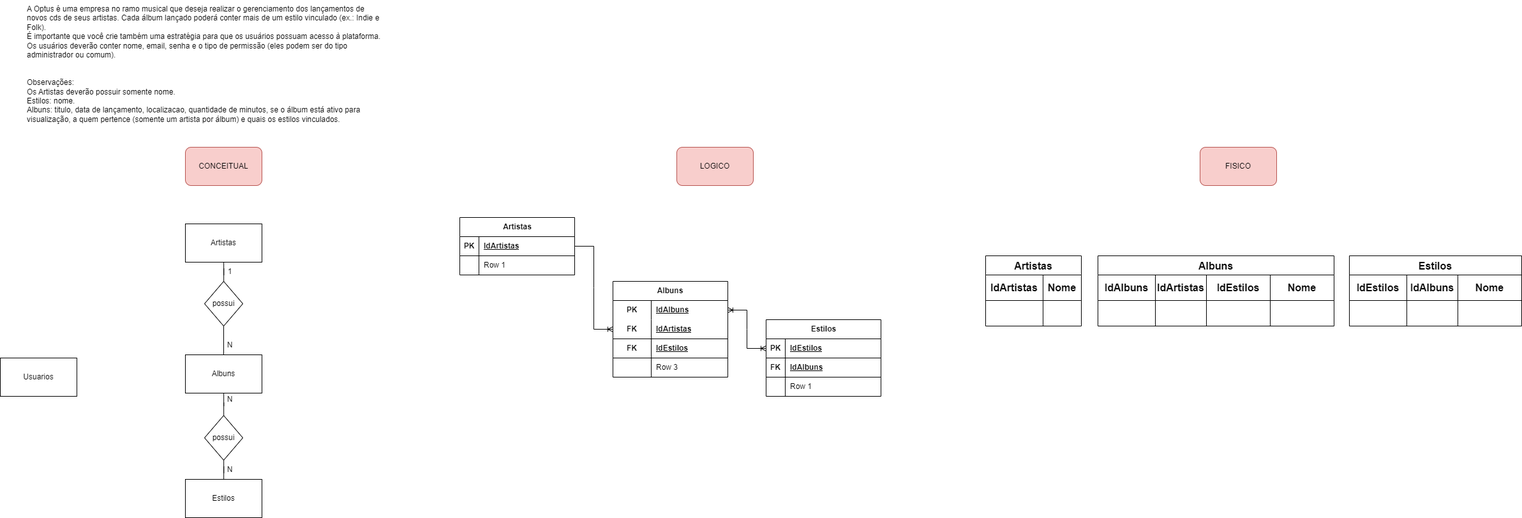
This is 2_Semestre/SPRINT_1/EX_Drawio/1.4.completo.drawio.png from prgfe/Desenvolvimento_Sistemas, a draw.io export, as it was before one commit. Source tidied: cells renumbered, new cells last; positions are measured from the earlier drawing's top-left corner, leaving out a move shared by most shapes.
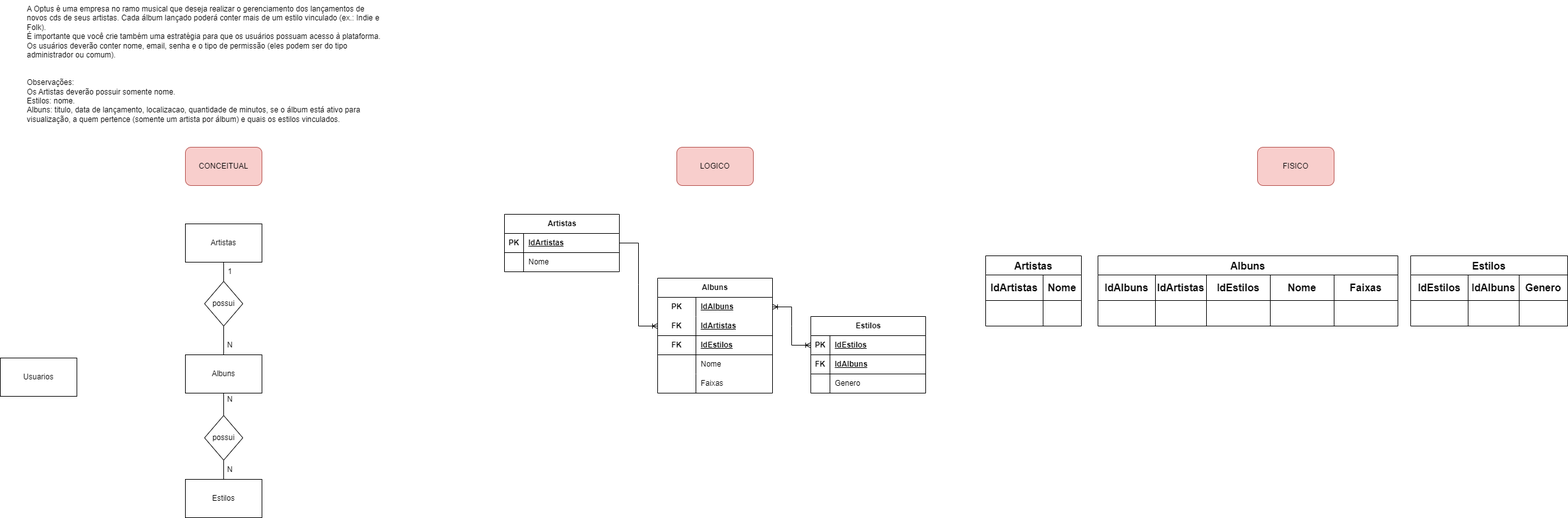
Above is the later version.

Diff of the diagram source:
```diff
@@ -9,7 +9,7 @@
       <mxGeometry x="290" y="230" width="120" height="60" as="geometry" />
     </mxCell>
     <mxCell id="4" value="FISICO" style="rounded=1;whiteSpace=wrap;html=1;fillColor=#f8cecc;strokeColor=#b85450;" parent="1" vertex="1">
-      <mxGeometry x="1880" y="230" width="120" height="60" as="geometry" />
+      <mxGeometry x="1970" y="230" width="120" height="60" as="geometry" />
     </mxCell>
     <mxCell id="5" value="LOGICO" style="rounded=1;whiteSpace=wrap;html=1;fillColor=#f8cecc;strokeColor=#b85450;" parent="1" vertex="1">
       <mxGeometry x="1060" y="230" width="120" height="60" as="geometry" />
@@ -57,7 +57,7 @@
       <mxGeometry x="350" y="720" width="20" height="30" as="geometry" />
     </mxCell>
     <mxCell id="20" value="Artistas" style="shape=table;startSize=30;rowLines=0;fontStyle=1;align=center;html=1;" parent="1" vertex="1">
-      <mxGeometry x="720" y="340" width="180" height="90" as="geometry" />
+      <mxGeometry x="790" y="335" width="180" height="90" as="geometry" />
     </mxCell>
     <mxCell id="21" style="shape=tableRow;horizontal=0;startSize=0;swimlaneHead=0;swimlaneBody=0;fillColor=none;points=[[0,0.5],[1,0.5]];portConstraint=eastwest;top=0;left=0;right=0;bottom=1;" parent="20" vertex="1">
       <mxGeometry y="30" width="180" height="30" as="geometry" />
@@ -74,11 +74,11 @@
     <mxCell id="25" style="shape=partialRectangle;fillColor=none;top=0;left=0;bottom=0;right=0;overflow=hidden;whiteSpace=wrap;html=1;" parent="24" vertex="1">
       <mxGeometry width="30" height="30" as="geometry" />
     </mxCell>
-    <mxCell id="26" value="Row 1" style="shape=partialRectangle;fillColor=none;top=0;left=0;bottom=0;right=0;align=left;spacingLeft=6;overflow=hidden;whiteSpace=wrap;html=1;" parent="24" vertex="1">
+    <mxCell id="26" value="Nome" style="shape=partialRectangle;fillColor=none;top=0;left=0;bottom=0;right=0;align=left;spacingLeft=6;overflow=hidden;whiteSpace=wrap;html=1;" parent="24" vertex="1">
       <mxGeometry x="30" width="150" height="30" as="geometry" />
     </mxCell>
     <mxCell id="27" value="Albuns" style="shape=table;startSize=30;rowLines=0;fontStyle=1;align=center;html=1;whiteSpace=wrap;" parent="1" vertex="1">
-      <mxGeometry x="960" y="440" width="180" height="150" as="geometry" />
+      <mxGeometry x="1030" y="435" width="180" height="180" as="geometry" />
     </mxCell>
     <mxCell id="28" style="shape=tableRow;horizontal=0;startSize=0;swimlaneHead=0;swimlaneBody=0;fillColor=none;points=[[0,0.5],[1,0.5]];portConstraint=eastwest;top=0;left=0;right=0;bottom=0;html=1;" parent="27" vertex="1">
       <mxGeometry y="30" width="180" height="30" as="geometry" />
@@ -113,11 +113,20 @@
     <mxCell id="38" style="shape=partialRectangle;fillColor=none;top=0;left=0;bottom=0;right=0;overflow=hidden;html=1;whiteSpace=wrap;" parent="37" vertex="1">
       <mxGeometry width="60" height="30" as="geometry" />
     </mxCell>
-    <mxCell id="39" value="Row 3" style="shape=partialRectangle;fillColor=none;top=0;left=0;bottom=0;right=0;align=left;spacingLeft=6;overflow=hidden;html=1;whiteSpace=wrap;" parent="37" vertex="1">
+    <mxCell id="39" value="Nome" style="shape=partialRectangle;fillColor=none;top=0;left=0;bottom=0;right=0;align=left;spacingLeft=6;overflow=hidden;html=1;whiteSpace=wrap;" parent="37" vertex="1">
       <mxGeometry x="60" width="120" height="30" as="geometry" />
     </mxCell>
+    <mxCell id="79" style="shape=tableRow;horizontal=0;startSize=0;swimlaneHead=0;swimlaneBody=0;fillColor=none;top=0;left=0;right=0;bottom=0;html=1;" parent="27" vertex="1">
+      <mxGeometry y="150" width="180" height="30" as="geometry" />
+    </mxCell>
+    <mxCell id="80" style="shape=partialRectangle;fillColor=none;top=0;left=0;bottom=0;right=0;overflow=hidden;html=1;whiteSpace=wrap;" parent="79" vertex="1">
+      <mxGeometry width="60" height="30" as="geometry" />
+    </mxCell>
+    <mxCell id="81" value="Faixas" style="shape=partialRectangle;fillColor=none;top=0;left=0;bottom=0;right=0;align=left;spacingLeft=6;overflow=hidden;html=1;whiteSpace=wrap;" parent="79" vertex="1">
+      <mxGeometry x="60" width="120" height="30" as="geometry" />
+    </mxCell>
     <mxCell id="40" value="Estilos" style="shape=table;startSize=30;rowLines=0;fontStyle=1;align=center;html=1;" parent="1" vertex="1">
-      <mxGeometry x="1200" y="500" width="180" height="120" as="geometry" />
+      <mxGeometry x="1270" y="495" width="180" height="120" as="geometry" />
     </mxCell>
     <mxCell id="41" style="shape=tableRow;horizontal=0;startSize=0;swimlaneHead=0;swimlaneBody=0;fillColor=none;points=[[0,0.5],[1,0.5]];portConstraint=eastwest;top=0;left=0;right=0;bottom=1;" parent="40" vertex="1">
       <mxGeometry y="30" width="180" height="30" as="geometry" />
@@ -143,7 +152,7 @@
     <mxCell id="48" style="shape=partialRectangle;fillColor=none;top=0;left=0;bottom=0;right=0;overflow=hidden;whiteSpace=wrap;html=1;" parent="47" vertex="1">
       <mxGeometry width="30" height="30" as="geometry" />
     </mxCell>
-    <mxCell id="49" value="Row 1" style="shape=partialRectangle;fillColor=none;top=0;left=0;bottom=0;right=0;align=left;spacingLeft=6;overflow=hidden;whiteSpace=wrap;html=1;" parent="47" vertex="1">
+    <mxCell id="49" value="Genero" style="shape=partialRectangle;fillColor=none;top=0;left=0;bottom=0;right=0;align=left;spacingLeft=6;overflow=hidden;whiteSpace=wrap;html=1;" parent="47" vertex="1">
       <mxGeometry x="30" width="150" height="30" as="geometry" />
     </mxCell>
     <mxCell id="50" style="edgeStyle=entityRelationEdgeStyle;fontSize=12;html=1;endArrow=ERoneToMany;rounded=0;exitX=1;exitY=0.5;exitDx=0;exitDy=0;entryX=0;entryY=0.5;entryDx=0;entryDy=0;" parent="1" edge="1" source="21" target="31">
@@ -174,10 +183,10 @@
       <mxGeometry x="90" width="60" height="40" as="geometry" />
     </mxCell>
     <mxCell id="59" value="Albuns" style="shape=table;startSize=30;strokeColor=default;fontSize=16;fontStyle=1;" parent="1" vertex="1">
-      <mxGeometry x="1720" y="400" width="370" height="110" as="geometry" />
+      <mxGeometry x="1720" y="400" width="470" height="110" as="geometry" />
     </mxCell>
     <mxCell id="60" style="shape=tableRow;horizontal=0;startSize=0;swimlaneHead=0;swimlaneBody=0;strokeColor=inherit;top=0;left=0;bottom=0;right=0;fillColor=none;fontSize=16;" parent="59" vertex="1">
-      <mxGeometry y="30" width="370" height="40" as="geometry" />
+      <mxGeometry y="30" width="470" height="40" as="geometry" />
     </mxCell>
     <mxCell id="61" value="&lt;b&gt;IdAlbuns&lt;/b&gt;" style="shape=partialRectangle;html=1;whiteSpace=wrap;strokeColor=inherit;overflow=hidden;fillColor=none;top=0;left=0;bottom=0;right=0;fontSize=16;" parent="60" vertex="1">
       <mxGeometry width="90" height="40" as="geometry" />
@@ -191,8 +200,11 @@
     <mxCell id="64" value="&lt;b&gt;Nome&lt;/b&gt;" style="shape=partialRectangle;html=1;whiteSpace=wrap;strokeColor=inherit;overflow=hidden;fillColor=none;top=0;left=0;bottom=0;right=0;fontSize=16;" parent="60" vertex="1">
       <mxGeometry x="270" width="100" height="40" as="geometry" />
     </mxCell>
+    <mxCell id="82" value="&lt;b&gt;Faixas&lt;/b&gt;" style="shape=partialRectangle;html=1;whiteSpace=wrap;strokeColor=inherit;overflow=hidden;fillColor=none;top=0;left=0;bottom=0;right=0;fontSize=16;" parent="60" vertex="1">
+      <mxGeometry x="370" width="100" height="40" as="geometry" />
+    </mxCell>
     <mxCell id="65" style="shape=tableRow;horizontal=0;startSize=0;swimlaneHead=0;swimlaneBody=0;strokeColor=inherit;top=0;left=0;bottom=0;right=0;fillColor=none;fontSize=16;" parent="59" vertex="1">
-      <mxGeometry y="70" width="370" height="40" as="geometry" />
+      <mxGeometry y="70" width="470" height="40" as="geometry" />
     </mxCell>
     <mxCell id="66" style="shape=partialRectangle;html=1;whiteSpace=wrap;strokeColor=inherit;overflow=hidden;fillColor=none;top=0;left=0;bottom=0;right=0;fontSize=16;" parent="65" vertex="1">
       <mxGeometry width="90" height="40" as="geometry" />
@@ -206,11 +218,14 @@
     <mxCell id="69" style="shape=partialRectangle;html=1;whiteSpace=wrap;strokeColor=inherit;overflow=hidden;fillColor=none;top=0;left=0;bottom=0;right=0;fontSize=16;" parent="65" vertex="1">
       <mxGeometry x="270" width="100" height="40" as="geometry" />
     </mxCell>
+    <mxCell id="83" style="shape=partialRectangle;html=1;whiteSpace=wrap;strokeColor=inherit;overflow=hidden;fillColor=none;top=0;left=0;bottom=0;right=0;fontSize=16;" parent="65" vertex="1">
+      <mxGeometry x="370" width="100" height="40" as="geometry" />
+    </mxCell>
     <mxCell id="70" value="Estilos" style="shape=table;startSize=30;strokeColor=default;fontSize=16;fontStyle=1;" parent="1" vertex="1">
-      <mxGeometry x="2114" y="400" width="270" height="110" as="geometry" />
+      <mxGeometry x="2210" y="400" width="246" height="110" as="geometry" />
     </mxCell>
     <mxCell id="71" style="shape=tableRow;horizontal=0;startSize=0;swimlaneHead=0;swimlaneBody=0;strokeColor=inherit;top=0;left=0;bottom=0;right=0;fillColor=none;fontSize=16;" parent="70" vertex="1">
-      <mxGeometry y="30" width="270" height="40" as="geometry" />
+      <mxGeometry y="30" width="246" height="40" as="geometry" />
     </mxCell>
     <mxCell id="72" value="&lt;b&gt;IdEstilos&lt;/b&gt;" style="shape=partialRectangle;html=1;whiteSpace=wrap;strokeColor=inherit;overflow=hidden;fillColor=none;top=0;left=0;bottom=0;right=0;fontSize=16;" parent="71" vertex="1">
       <mxGeometry width="90" height="40" as="geometry" />
@@ -218,11 +233,11 @@
     <mxCell id="73" value="&lt;b&gt;IdAlbuns&lt;/b&gt;" style="shape=partialRectangle;html=1;whiteSpace=wrap;strokeColor=inherit;overflow=hidden;fillColor=none;top=0;left=0;bottom=0;right=0;fontSize=16;" parent="71" vertex="1">
       <mxGeometry x="90" width="80" height="40" as="geometry" />
     </mxCell>
-    <mxCell id="74" value="&lt;b&gt;Nome&lt;/b&gt;" style="shape=partialRectangle;html=1;whiteSpace=wrap;strokeColor=inherit;overflow=hidden;fillColor=none;top=0;left=0;bottom=0;right=0;fontSize=16;" parent="71" vertex="1">
-      <mxGeometry x="170" width="100" height="40" as="geometry" />
+    <mxCell id="74" value="&lt;b&gt;Genero&lt;/b&gt;" style="shape=partialRectangle;html=1;whiteSpace=wrap;strokeColor=inherit;overflow=hidden;fillColor=none;top=0;left=0;bottom=0;right=0;fontSize=16;" parent="71" vertex="1">
+      <mxGeometry x="170" width="76" height="40" as="geometry" />
     </mxCell>
     <mxCell id="75" style="shape=tableRow;horizontal=0;startSize=0;swimlaneHead=0;swimlaneBody=0;strokeColor=inherit;top=0;left=0;bottom=0;right=0;fillColor=none;fontSize=16;" parent="70" vertex="1">
-      <mxGeometry y="70" width="270" height="40" as="geometry" />
+      <mxGeometry y="70" width="246" height="40" as="geometry" />
     </mxCell>
     <mxCell id="76" style="shape=partialRectangle;html=1;whiteSpace=wrap;strokeColor=inherit;overflow=hidden;fillColor=none;top=0;left=0;bottom=0;right=0;fontSize=16;" parent="75" vertex="1">
       <mxGeometry width="90" height="40" as="geometry" />
@@ -231,7 +246,7 @@
       <mxGeometry x="90" width="80" height="40" as="geometry" />
     </mxCell>
     <mxCell id="78" style="shape=partialRectangle;html=1;whiteSpace=wrap;strokeColor=inherit;overflow=hidden;fillColor=none;top=0;left=0;bottom=0;right=0;fontSize=16;" parent="75" vertex="1">
-      <mxGeometry x="170" width="100" height="40" as="geometry" />
+      <mxGeometry x="170" width="76" height="40" as="geometry" />
     </mxCell>
   </root>
 </mxGraphModel>
```
